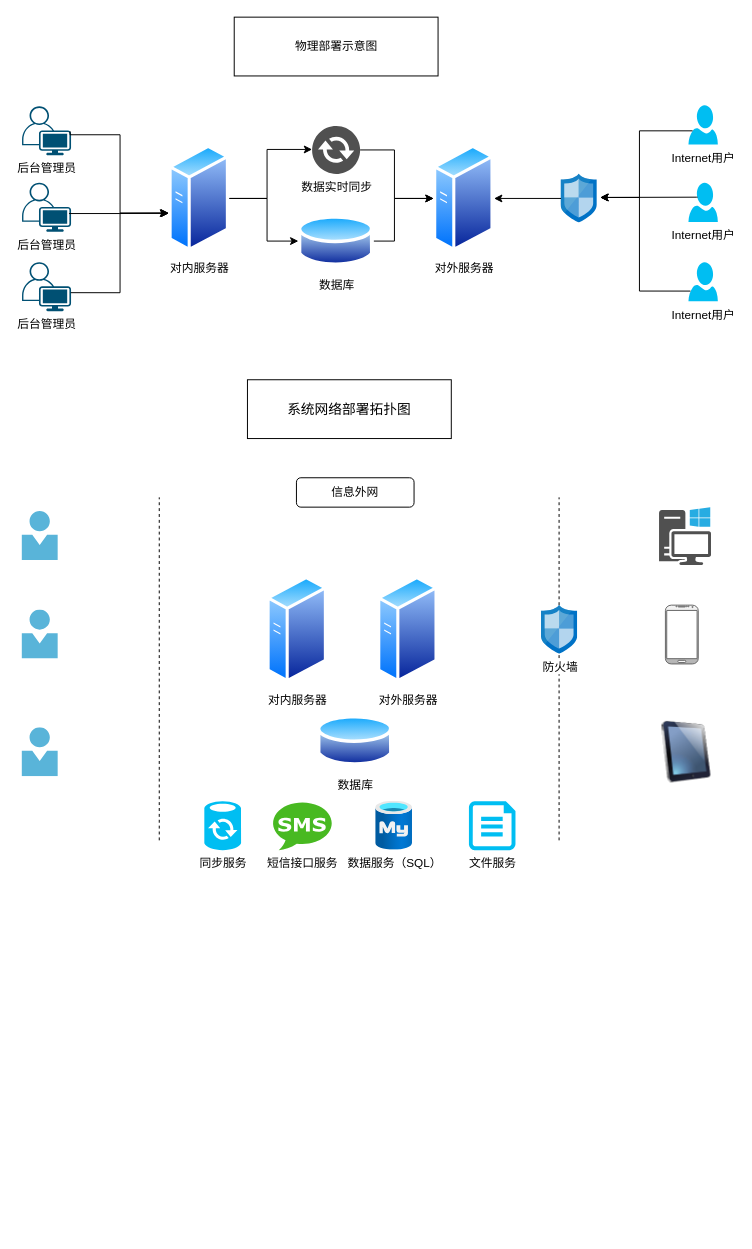
yisqiu/SimpleMap-wx keeps this draw.io diagram as 紫金论电.drawio. Above is the earlier version. Source tidied: cells renumbered, new cells numbered last; positions are measured from the earlier drawing's top-left corner, leaving out a move shared by most shapes. Both pictures are drawn from the tidied source at 98%, with x=0, y=0 at pixel (22, 17).
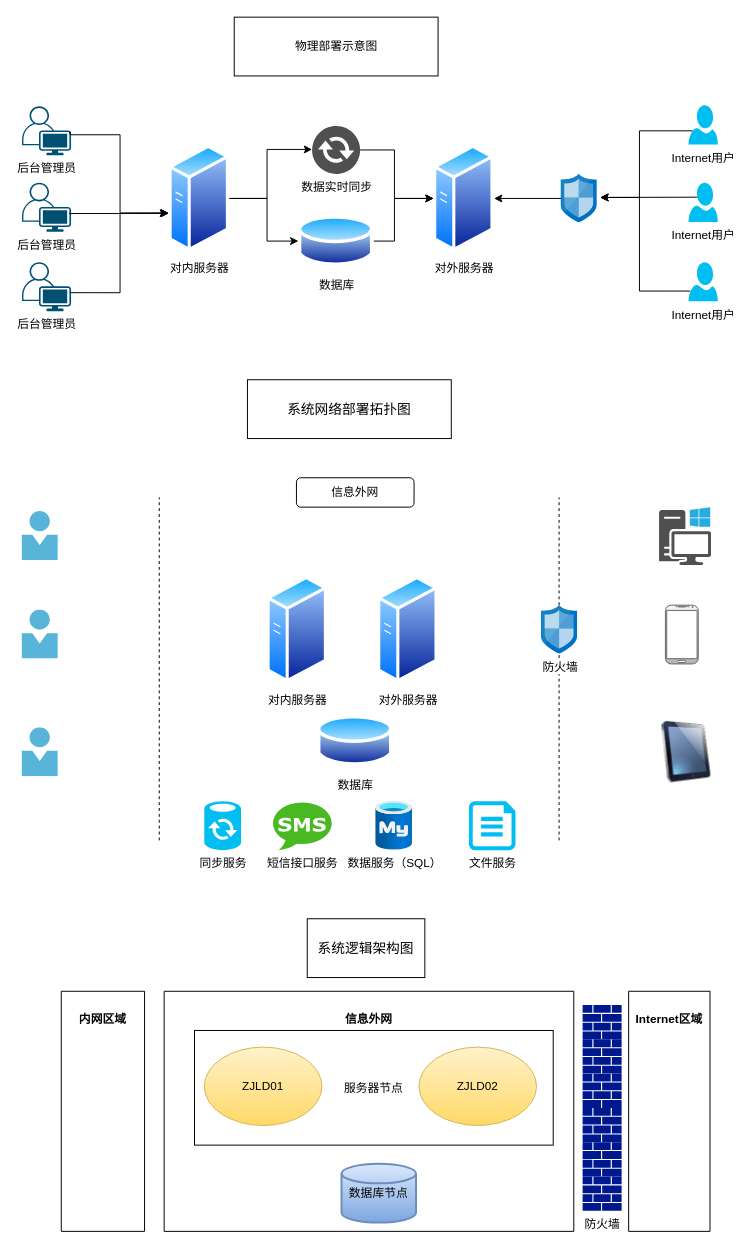
After the change.

Commit message:
更新紫金论电.drawio

The edit, as a diff of the source:
```diff
@@
+    <mxCell id="43" value="&#10;&#10;&#10;&#10;信息外网" style="swimlane;startSize=0;" parent="1" vertex="1">
+      <mxGeometry x="145" y="994" width="418" height="245" as="geometry" />
+    </mxCell>
+    <mxCell id="44" value="服务器节点" style="rounded=0;whiteSpace=wrap;html=1;" parent="43" vertex="1">
+      <mxGeometry x="31" y="40" width="366" height="117" as="geometry" />
+    </mxCell>
+    <mxCell id="45" value="ZJLD02" style="ellipse;whiteSpace=wrap;html=1;gradientColor=#ffd966;fillColor=#fff2cc;strokeColor=#d6b656;" parent="43" vertex="1">
+      <mxGeometry x="260" y="57" width="120" height="80" as="geometry" />
+    </mxCell>
+    <mxCell id="46" value="ZJLD01" style="ellipse;whiteSpace=wrap;html=1;gradientColor=#ffd966;fillColor=#fff2cc;strokeColor=#d6b656;" parent="43" vertex="1">
+      <mxGeometry x="41" y="57" width="120" height="80" as="geometry" />
+    </mxCell>
+    <mxCell id="47" value="数据库节点" style="strokeWidth=2;html=1;shape=mxgraph.flowchart.database;whiteSpace=wrap;gradientColor=#7ea6e0;fillColor=#dae8fc;strokeColor=#6c8ebf;" parent="43" vertex="1">
+      <mxGeometry x="181" y="176" width="76" height="60" as="geometry" />
+    </mxCell>
+    <mxCell id="48" value="&#10;&#10;&#10;&#10;内网区域" style="swimlane;startSize=0;" parent="1" vertex="1">
+      <mxGeometry x="40" y="994" width="85" height="245" as="geometry" />
+    </mxCell>
+    <mxCell id="49" value="&#10;&#10;&#10;&#10;Internet区域" style="swimlane;startSize=0;" parent="1" vertex="1">
+      <mxGeometry x="619" y="994" width="83" height="245" as="geometry" />
+    </mxCell>
+    <mxCell id="50" value="&lt;p class=&quot;MsoNormal&quot;&gt;&lt;span style=&quot;font-size: 10.5000pt&quot;&gt;&lt;font face=&quot;宋体&quot;&gt;系统逻辑架构图&lt;/font&gt;&lt;/span&gt;&lt;/p&gt;" style="rounded=0;whiteSpace=wrap;html=1;" parent="1" vertex="1">
+      <mxGeometry x="291" y="920" width="120" height="60" as="geometry" />
+    </mxCell>
+    <mxCell id="51" style="group;" parent="1" vertex="1">
+      <mxGeometry x="572" y="1008" width="39.8" height="210" as="geometry" />
+    </mxCell>
+    <mxCell id="52" style="shadow=0;dashed=0;html=1;strokeColor=none;labelPosition=center;verticalLabelPosition=bottom;verticalAlign=top;align=center;fillColor=#00188D;shape=mxgraph.mscae.enterprise.firewall;" parent="51" vertex="1">
+      <mxGeometry width="39.8" height="35" as="geometry" />
+    </mxCell>
+    <mxCell id="53" style="shadow=0;dashed=0;html=1;strokeColor=none;labelPosition=center;verticalLabelPosition=bottom;verticalAlign=top;align=center;fillColor=#00188D;shape=mxgraph.mscae.enterprise.firewall;" parent="51" vertex="1">
+      <mxGeometry y="35" width="39.8" height="35" as="geometry" />
+    </mxCell>
+    <mxCell id="54" style="shadow=0;dashed=0;html=1;strokeColor=none;labelPosition=center;verticalLabelPosition=bottom;verticalAlign=top;align=center;fillColor=#00188D;shape=mxgraph.mscae.enterprise.firewall;" parent="51" vertex="1">
+      <mxGeometry y="70" width="39.8" height="35" as="geometry" />
+    </mxCell>
+    <mxCell id="55" style="shadow=0;dashed=0;html=1;strokeColor=none;labelPosition=center;verticalLabelPosition=bottom;verticalAlign=top;align=center;fillColor=#00188D;shape=mxgraph.mscae.enterprise.firewall;" parent="51" vertex="1">
+      <mxGeometry y="105" width="39.8" height="35" as="geometry" />
+    </mxCell>
+    <mxCell id="56" style="shadow=0;dashed=0;html=1;strokeColor=none;labelPosition=center;verticalLabelPosition=bottom;verticalAlign=top;align=center;fillColor=#00188D;shape=mxgraph.mscae.enterprise.firewall;" parent="51" vertex="1">
+      <mxGeometry y="140" width="39.8" height="35" as="geometry" />
+    </mxCell>
+    <mxCell id="57" value="防火墙" style="shadow=0;dashed=0;html=1;strokeColor=none;labelPosition=center;verticalLabelPosition=bottom;verticalAlign=top;align=center;fillColor=#00188D;shape=mxgraph.mscae.enterprise.firewall;" parent="51" vertex="1">
+      <mxGeometry y="175" width="39.8" height="35" as="geometry" />
+    </mxCell>
```
